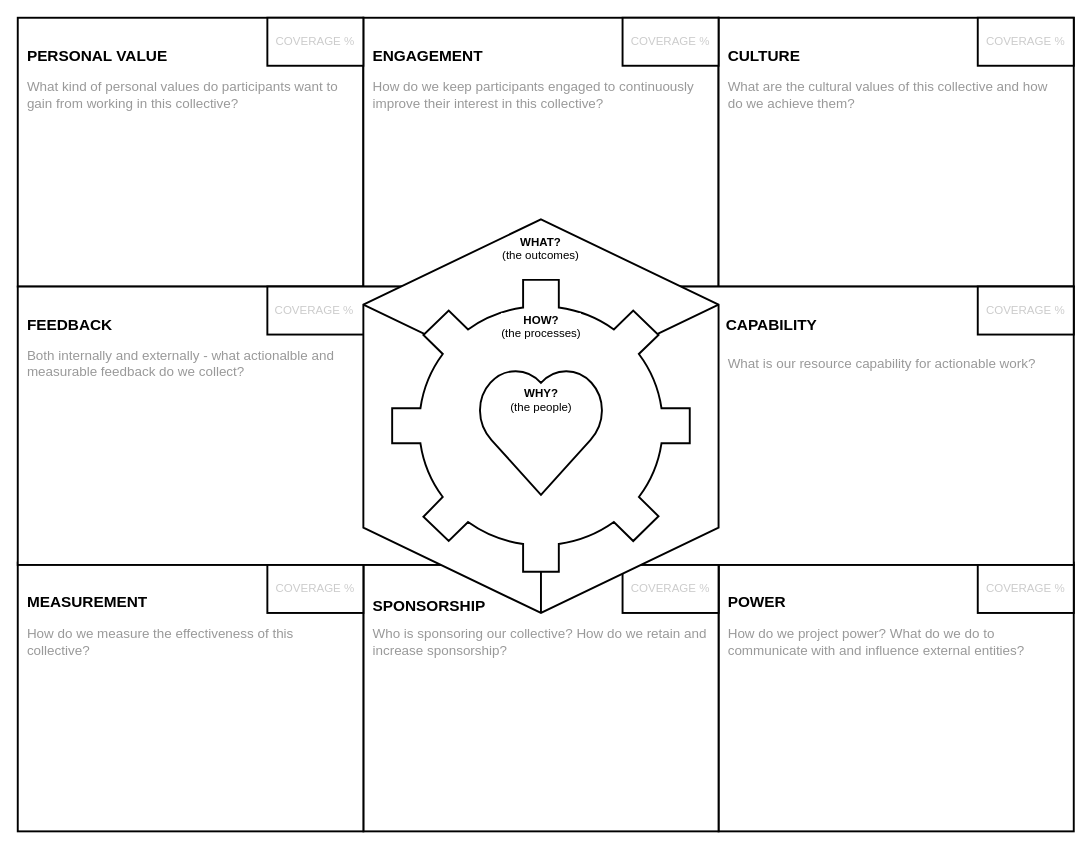
Before: collective-action-canvas.drawio in rquast/collective-action-canvas, a draw.io diagram. Source tidied: cells renumbered, new cells numbered last; positions are measured from the earlier drawing's top-left corner, leaving out a move shared by most shapes. Both pictures are drawn from the tidied source at 96%, with x=0, y=0 at pixel (17, 17).
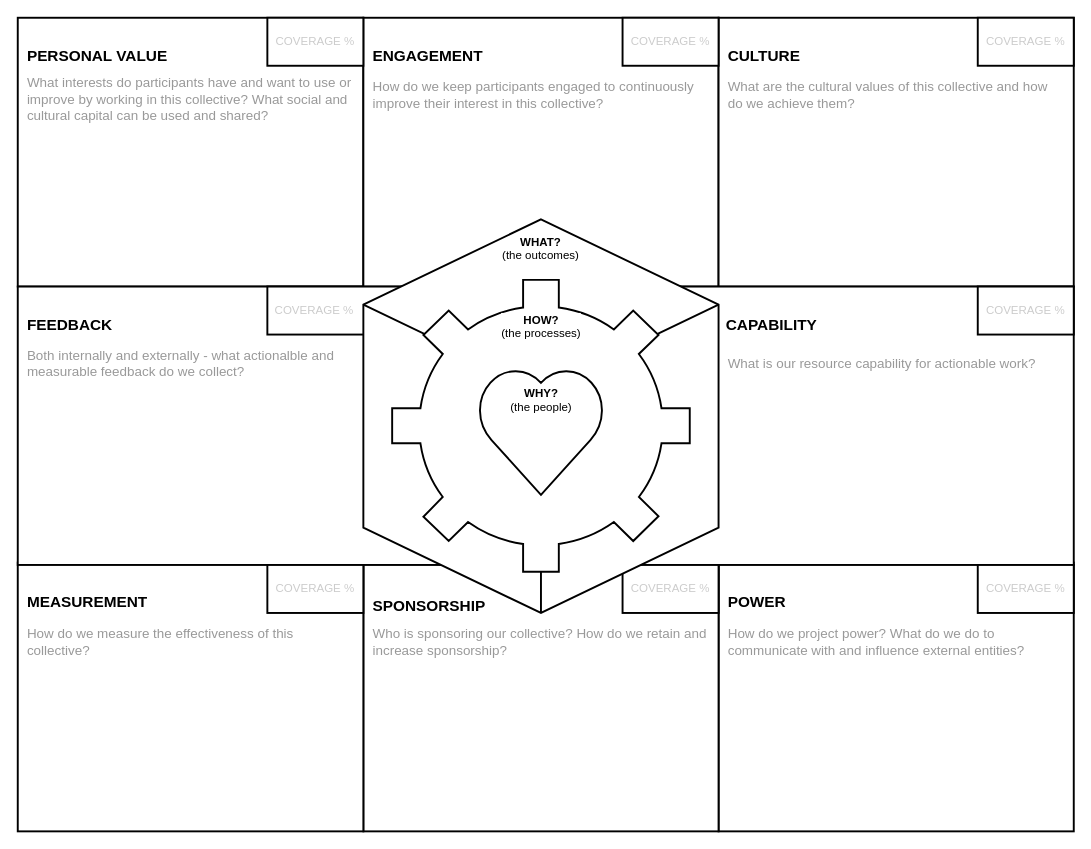
After the change.

Commit message:
changed personal value description

What changed in the source:
```diff
@@
-    <mxCell id="21" value="What kind of personal values do participants want to gain from working in this collective?" style="text;html=1;strokeColor=none;fillColor=none;align=left;verticalAlign=middle;whiteSpace=wrap;rounded=0;fontSize=14;fontColor=#999999;spacingLeft=8;" parent="1" vertex="1">
-      <mxGeometry y="60" width="350" height="40" as="geometry" />
+    <mxCell id="21" value="What interests do participants have and want to use or improve by working in this collective? What social and cultural capital can be used and shared?" style="text;html=1;strokeColor=none;fillColor=none;align=left;verticalAlign=middle;whiteSpace=wrap;rounded=0;fontSize=14;fontColor=#999999;spacingLeft=8;" parent="1" vertex="1">
+      <mxGeometry y="60" width="350" height="50" as="geometry" />
     </mxCell>
```
